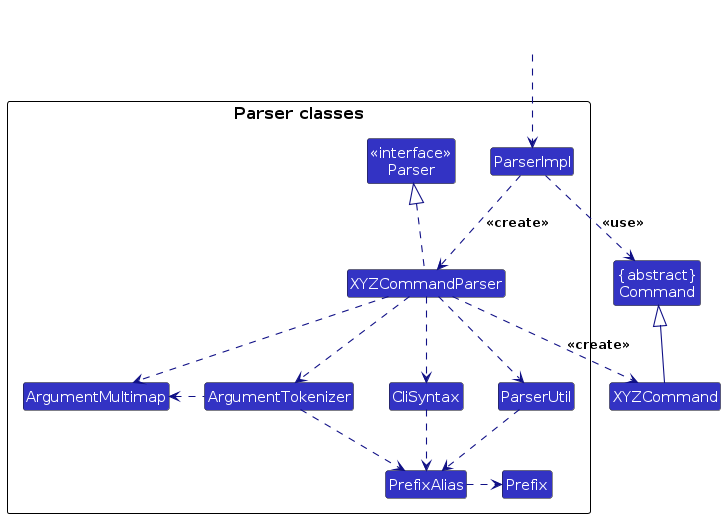
The PlantUML diagram diagrams/ParserClasses.png in AY2425S2-CS2103-F08-4/tp, before a commit. Its source is kept beside it as diagrams/ParserClasses.puml.
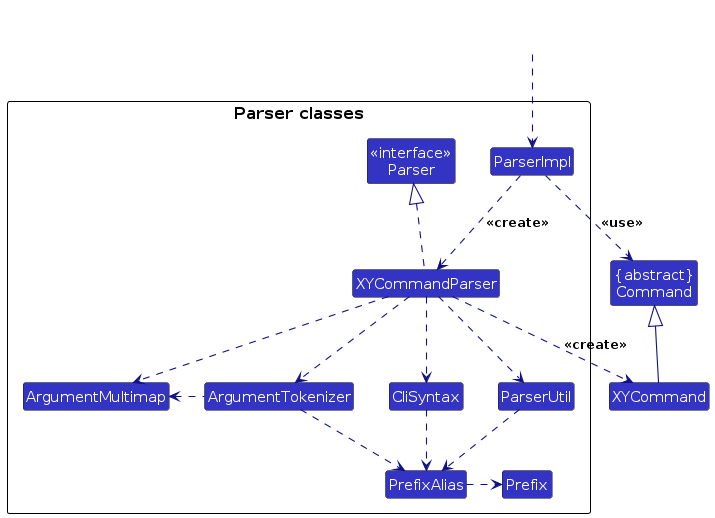
After the commit.

What changed in the source:
```diff
@@ -6,12 +6,12 @@
 skinparam classBackgroundColor LOGIC_COLOR
 
 Class "{abstract}\nCommand" as Command
-Class XYZCommand
+Class XYCommand
 
 package "Parser classes"{
 Class "<<interface>>\nParser" as Parser
 Class ParserImpl
-Class XYZCommandParser
+Class XYCommandParser
 Class CliSyntax
 Class ParserUtil
 Class ArgumentMultimap
@@ -23,19 +23,19 @@
 Cloud HiddenOutside #FFFFFF
 HiddenOutside ..> ParserImpl
 
-ParserImpl .down.> XYZCommandParser: <<create>>
+ParserImpl .down.> XYCommandParser: <<create>>
 
-XYZCommandParser ..> XYZCommand : <<create>>
+XYCommandParser ..> XYCommand : <<create>>
 ParserImpl ..> Command : <<use>>
-XYZCommandParser .up.|> Parser
-XYZCommandParser ..> ArgumentMultimap
-XYZCommandParser ..> ArgumentTokenizer
+XYCommandParser .up.|> Parser
+XYCommandParser ..> ArgumentMultimap
+XYCommandParser ..> ArgumentTokenizer
 ArgumentTokenizer .left.> ArgumentMultimap
-XYZCommandParser ..> CliSyntax
+XYCommandParser ..> CliSyntax
 CliSyntax ..> PrefixAlias
-XYZCommandParser ..> ParserUtil
+XYCommandParser ..> ParserUtil
 ParserUtil .down.> PrefixAlias
 ArgumentTokenizer .down.> PrefixAlias
 PrefixAlias -.right.> Prefix
-XYZCommand -up-|> Command
+XYCommand -up-|> Command
 @enduml
```
